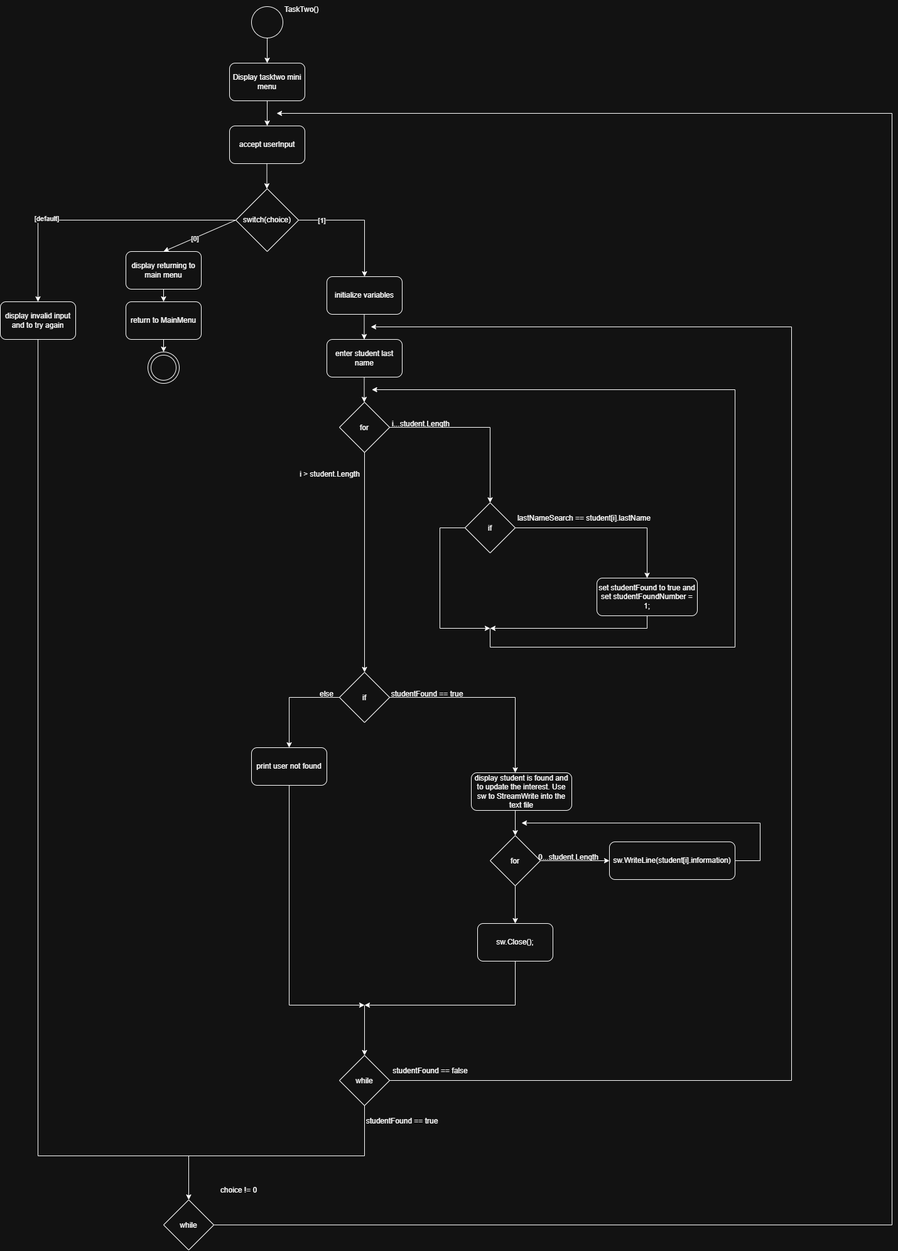
Above: TaskTwo Diagram (Wheel of Fortune).drawio.png in jeeeybiii/wheel-of-fortune (draw.io), before the change. Source tidied: cells renumbered, new cells last; positions are measured from the earlier drawing's top-left corner, leaving out a move shared by most shapes.
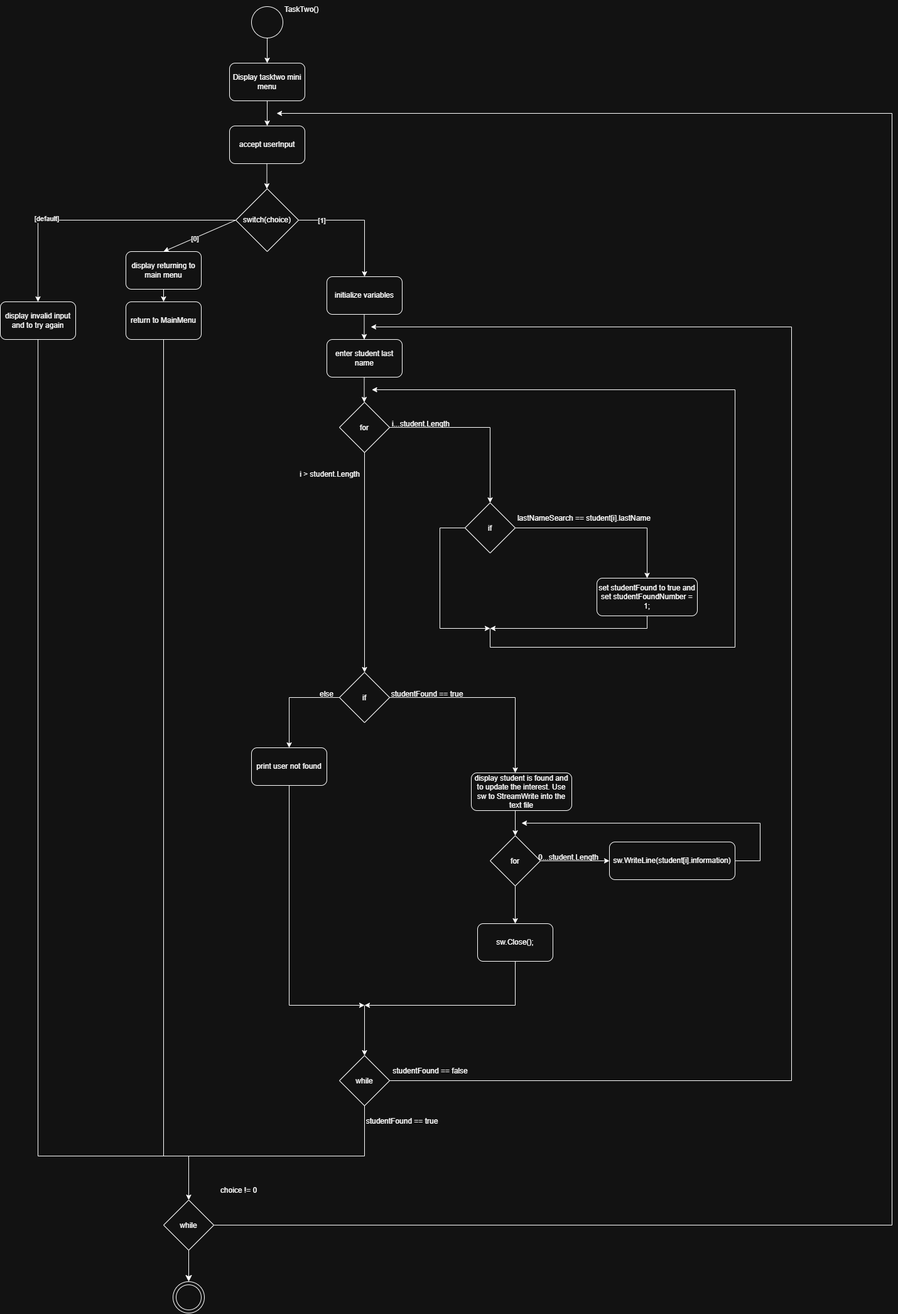
Later version of the same file.

Commit message:
updated tasktwo diagram

Diff of the diagram source:
```diff
@@ -256,17 +256,6 @@
     <mxCell id="53" value="return to MainMenu" style="rounded=1;whiteSpace=wrap;html=1;roundedPerimeter=1;" parent="1" vertex="1">
       <mxGeometry x="200" y="480" width="120" height="60" as="geometry" />
     </mxCell>
-    <mxCell id="54" style="endArrow=classic;html=1;rounded=0;defaultLabelBackgroundColor=page;exitX=0.5;exitY=1;exitDx=0;exitDy=0;" parent="1" edge="1" source="53">
-      <mxGeometry relative="1" as="geometry">
-        <mxPoint x="260" y="560" as="targetPoint" />
-      </mxGeometry>
-    </mxCell>
-    <mxCell id="55" style="ellipse;whiteSpace=wrap;html=1;shapeInside=1;" parent="1" vertex="1">
-      <mxGeometry x="235" y="560" width="50" height="50" as="geometry" />
-    </mxCell>
-    <mxCell id="56" style="ellipse;whiteSpace=wrap;html=1;shapeInside=1;" parent="1" vertex="1">
-      <mxGeometry x="240" y="565" width="40" height="40" as="geometry" />
-    </mxCell>
     <mxCell id="57" style="endArrow=classic;html=1;rounded=0;defaultLabelBackgroundColor=page;exitX=0;exitY=0.5;exitDx=0;exitDy=0;" parent="1" edge="1" source="8">
       <mxGeometry relative="1" as="geometry">
         <mxPoint x="60" y="480" as="targetPoint" />
@@ -321,5 +310,21 @@
         </Array>
       </mxGeometry>
     </mxCell>
+    <mxCell id="68" style="endArrow=none;html=1;rounded=0;fontSize=12;defaultLabelBackgroundColor=page;startSize=8;endSize=8;curved=1;exitX=0.5;exitY=1;exitDx=0;exitDy=0;" parent="1" edge="1" source="53">
+      <mxGeometry relative="1" as="geometry">
+        <mxPoint x="260" y="1840" as="targetPoint" />
+      </mxGeometry>
+    </mxCell>
+    <mxCell id="69" style="endArrow=classic;html=1;rounded=0;fontSize=12;defaultLabelBackgroundColor=page;startSize=8;endSize=8;curved=1;exitX=0.5;exitY=1;exitDx=0;exitDy=0;" parent="1" edge="1" source="65">
+      <mxGeometry relative="1" as="geometry">
+        <mxPoint x="300" y="2040" as="targetPoint" />
+      </mxGeometry>
+    </mxCell>
+    <mxCell id="70" style="ellipse;whiteSpace=wrap;html=1;shapeInside=1;" parent="1" vertex="1">
+      <mxGeometry x="275" y="2040" width="50" height="50" as="geometry" />
+    </mxCell>
+    <mxCell id="71" style="ellipse;whiteSpace=wrap;html=1;shapeInside=1;" parent="1" vertex="1">
+      <mxGeometry x="280" y="2045" width="40" height="40" as="geometry" />
+    </mxCell>
   </root>
 </mxGraphModel>
```
